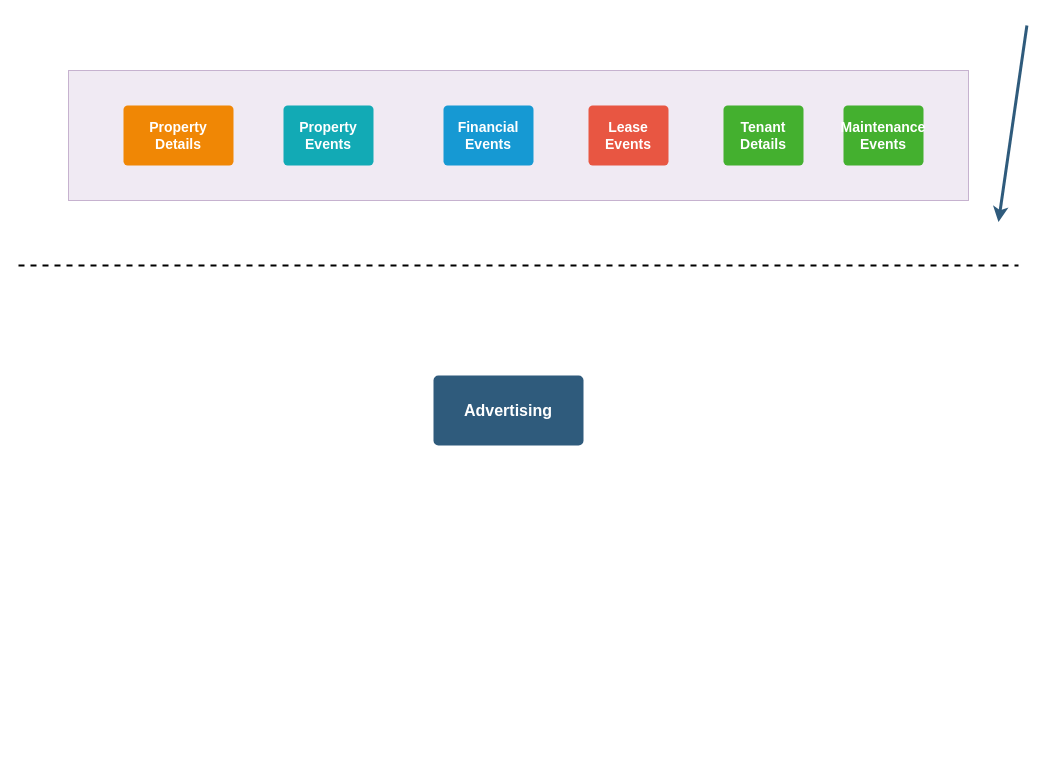
Above: PFP-Sample/Untitled Diagram.drawio in harshaldharme/ProjectSpaces (draw.io), before the change. Source tidied: cells renumbered, new cells numbered last; positions are measured from the earlier drawing's top-left corner, leaving out a move shared by most shapes. Both pictures are drawn from the tidied source at 100%, with x=0, y=0 at pixel (18, 25).
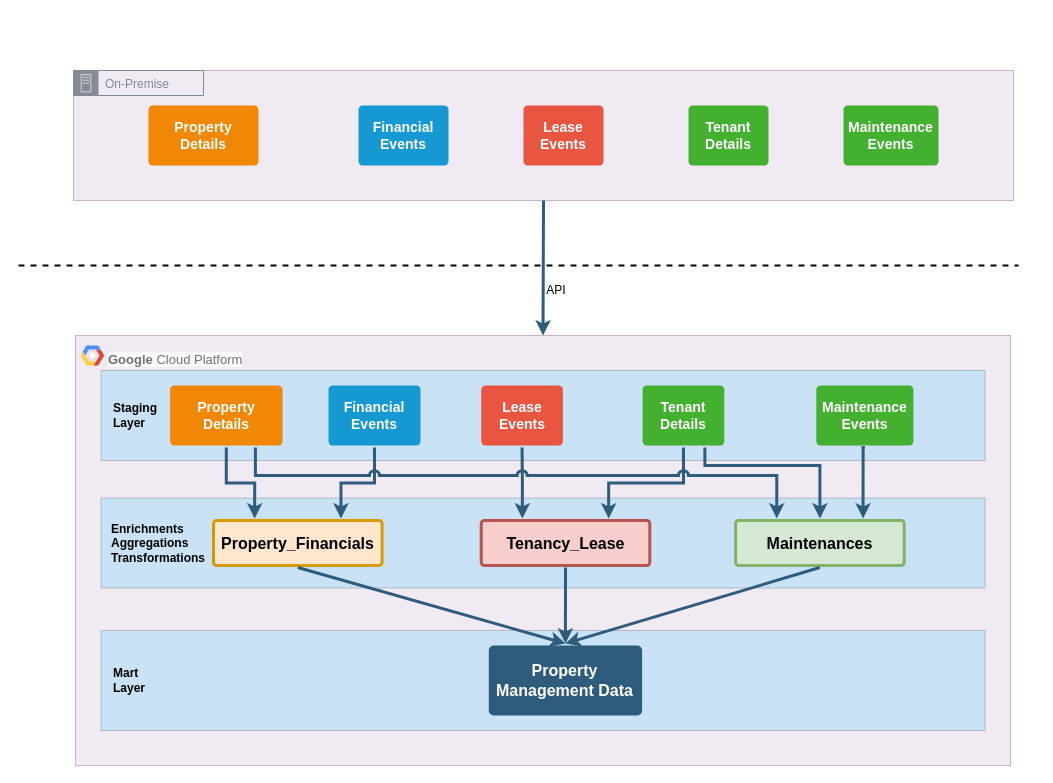
Above is the later version.

Diff of the diagram source:
```diff
@@
+    <mxCell id="12" style="group;" parent="1" vertex="1">
+      <mxGeometry x="57" y="310" width="935" height="430" as="geometry" />
+    </mxCell>
+    <mxCell id="13" style="rounded=0;whiteSpace=wrap;html=1;fillColor=#e1d5e7;strokeColor=#9673a6;opacity=50;" parent="12" vertex="1">
+      <mxGeometry width="935" height="430" as="geometry" />
+    </mxCell>
+    <mxCell id="14" style="rounded=0;whiteSpace=wrap;html=1;opacity=20;fillColor=#30C1FF;" parent="12" vertex="1">
+      <mxGeometry x="25.6" y="295" width="884" height="100" as="geometry" />
+    </mxCell>
+    <mxCell id="15" style="rounded=0;whiteSpace=wrap;html=1;opacity=20;fillColor=#30C1FF;" parent="12" vertex="1">
+      <mxGeometry x="25.6" y="35" width="884" height="90" as="geometry" />
+    </mxCell>
+    <mxCell id="16" style="rounded=0;whiteSpace=wrap;html=1;opacity=20;fillColor=#30C1FF;" parent="12" vertex="1">
+      <mxGeometry x="25.6" y="162.5" width="884" height="90" as="geometry" />
+    </mxCell>
+    <mxCell id="17" style="group;" parent="12" vertex="1">
+      <mxGeometry x="25.5" y="10" width="189" height="40" as="geometry" />
+    </mxCell>
+    <mxCell id="18" style="shape=mxgraph.gcp2.google_cloud_platform;fillColor=#F6F6F6;strokeColor=none;shadow=0;gradientColor=none;" parent="17" vertex="1">
+      <mxGeometry x="-20.4" width="23.5" height="20" as="geometry">
+        <mxPoint x="20" y="10" as="offset" />
+      </mxGeometry>
+    </mxCell>
+    <mxCell id="19" value="&lt;font style=&quot;font-size: 13px;&quot;&gt;&lt;b style=&quot;forced-color-adjust: none; color: rgb(113, 113, 113); font-family: Helvetica; font-style: normal; font-variant-ligatures: normal; font-variant-caps: normal; letter-spacing: normal; orphans: 2; text-align: left; text-indent: 0px; text-transform: none; widows: 2; word-spacing: 0px; -webkit-text-stroke-width: 0px; white-space: nowrap; background-color: rgb(251, 251, 251); text-decoration-thickness: initial; text-decoration-style: initial; text-decoration-color: initial;&quot;&gt;Google&amp;nbsp;&lt;/b&gt;&lt;span style=&quot;color: rgb(113, 113, 113); font-family: Helvetica; font-style: normal; font-variant-ligatures: normal; font-variant-caps: normal; font-weight: 400; letter-spacing: normal; orphans: 2; text-align: left; text-indent: 0px; text-transform: none; widows: 2; word-spacing: 0px; -webkit-text-stroke-width: 0px; white-space: nowrap; background-color: rgb(251, 251, 251); text-decoration-thickness: initial; text-decoration-style: initial; text-decoration-color: initial; float: none; display: inline !important;&quot;&gt;Cloud Platform&lt;/span&gt;&lt;/font&gt;" style="text;whiteSpace=wrap;html=1;" parent="17" vertex="1">
+      <mxGeometry x="5.1" width="183.9" height="40" as="geometry" />
+    </mxCell>
+    <mxCell id="20" value="Financial Events" style="rounded=1;whiteSpace=wrap;html=1;shadow=0;labelBackgroundColor=none;strokeColor=none;strokeWidth=3;fillColor=#1699d3;fontFamily=Helvetica;fontSize=14;fontColor=#FFFFFF;align=center;spacing=5;fontStyle=1;arcSize=7;perimeterSpacing=2;" parent="12" vertex="1">
+      <mxGeometry x="253" y="50" width="92" height="60" as="geometry" />
+    </mxCell>
+    <mxCell id="21" value="Lease Events" style="rounded=1;whiteSpace=wrap;html=1;shadow=0;labelBackgroundColor=none;strokeColor=none;strokeWidth=3;fillColor=#e85642;fontFamily=Helvetica;fontSize=14;fontColor=#FFFFFF;align=center;spacing=5;fontStyle=1;arcSize=7;perimeterSpacing=2;" parent="12" vertex="1">
+      <mxGeometry x="405.7" y="50" width="81.7" height="60" as="geometry" />
+    </mxCell>
+    <mxCell id="22" value="Property_Financials" style="rounded=1;whiteSpace=wrap;html=1;shadow=0;labelBackgroundColor=none;strokeColor=#d79b00;strokeWidth=3;fillColor=#ffe6cc;fontFamily=Helvetica;fontSize=16;align=center;fontStyle=1;spacing=5;arcSize=7;perimeterSpacing=2;" parent="12" vertex="1">
+      <mxGeometry x="138" y="185" width="168.6" height="45" as="geometry" />
+    </mxCell>
+    <mxCell id="23" style="edgeStyle=orthogonalEdgeStyle;rounded=0;jumpStyle=none;html=1;shadow=0;labelBackgroundColor=none;startArrow=classic;startFill=1;endArrow=none;endFill=0;jettySize=auto;strokeColor=#2F5B7C;strokeWidth=3;fontFamily=Helvetica;fontSize=16;fontColor=#23445D;spacing=5;entryX=0.5;entryY=1;entryDx=0;entryDy=0;exitX=0.75;exitY=0;exitDx=0;exitDy=0;" parent="12" edge="1" source="22" target="20">
+      <mxGeometry relative="1" as="geometry" />
+    </mxCell>
+    <mxCell id="24" value="Tenant Details" style="rounded=1;whiteSpace=wrap;html=1;shadow=0;labelBackgroundColor=none;strokeColor=none;strokeWidth=3;fillColor=#44B02F;fontFamily=Helvetica;fontSize=14;fontColor=#FFFFFF;align=center;spacing=5;fontStyle=1;arcSize=7;perimeterSpacing=2;" parent="12" vertex="1">
+      <mxGeometry x="567.1" y="50" width="81.7" height="60" as="geometry" />
+    </mxCell>
+    <mxCell id="25" value="Maintenance Events" style="rounded=1;whiteSpace=wrap;html=1;shadow=0;labelBackgroundColor=none;strokeColor=none;strokeWidth=3;fillColor=#44B02F;fontFamily=Helvetica;fontSize=14;fontColor=#FFFFFF;align=center;spacing=5;fontStyle=1;arcSize=7;perimeterSpacing=2;" parent="12" vertex="1">
+      <mxGeometry x="740.8" y="50" width="97.1" height="60" as="geometry" />
+    </mxCell>
+    <mxCell id="26" value="Property Details" style="rounded=1;whiteSpace=wrap;html=1;shadow=0;labelBackgroundColor=none;strokeColor=none;strokeWidth=3;fillColor=#F08705;fontFamily=Helvetica;fontSize=14;fontColor=#FFFFFF;align=center;spacing=5;fontStyle=1;arcSize=7;perimeterSpacing=2;" parent="12" vertex="1">
+      <mxGeometry x="94.6" y="50" width="112.4" height="60" as="geometry" />
+    </mxCell>
+    <mxCell id="27" style="edgeStyle=orthogonalEdgeStyle;rounded=0;jumpStyle=none;html=1;shadow=0;labelBackgroundColor=none;startArrow=classic;startFill=1;endArrow=none;endFill=0;jettySize=auto;strokeColor=#2F5B7C;strokeWidth=3;fontFamily=Helvetica;fontSize=16;fontColor=#23445D;spacing=5;exitX=0.25;exitY=0;exitDx=0;exitDy=0;entryX=0.5;entryY=1;entryDx=0;entryDy=0;" parent="12" edge="1" source="22" target="26">
+      <mxGeometry relative="1" as="geometry" />
+    </mxCell>
+    <mxCell id="4" value="Property Management Data" style="rounded=1;whiteSpace=wrap;html=1;shadow=0;labelBackgroundColor=none;strokeColor=none;strokeWidth=3;fillColor=#2F5B7C;fontFamily=Helvetica;fontSize=16;fontColor=#FFFFFF;align=center;fontStyle=1;spacing=5;arcSize=7;perimeterSpacing=2;" parent="12" vertex="1">
+      <mxGeometry x="413.3" y="310" width="153.3" height="70" as="geometry" />
+    </mxCell>
+    <mxCell id="28" value="Tenancy_Lease" style="rounded=1;whiteSpace=wrap;html=1;shadow=0;labelBackgroundColor=none;strokeColor=#b85450;strokeWidth=3;fillColor=#f8cecc;fontFamily=Helvetica;fontSize=16;align=center;fontStyle=1;spacing=5;arcSize=7;perimeterSpacing=2;" parent="12" vertex="1">
+      <mxGeometry x="405.7" y="185" width="168.6" height="45" as="geometry" />
+    </mxCell>
+    <mxCell id="29" style="edgeStyle=orthogonalEdgeStyle;rounded=0;jumpStyle=none;html=1;shadow=0;labelBackgroundColor=none;startArrow=classic;startFill=1;endArrow=none;endFill=0;jettySize=auto;strokeColor=#2F5B7C;strokeWidth=3;fontFamily=Helvetica;fontSize=16;fontColor=#23445D;spacing=5;exitX=0.25;exitY=0;exitDx=0;exitDy=0;entryX=0.5;entryY=1;entryDx=0;entryDy=0;" parent="12" edge="1" source="28" target="21">
+      <mxGeometry relative="1" as="geometry" />
+    </mxCell>
+    <mxCell id="30" style="edgeStyle=orthogonalEdgeStyle;rounded=0;jumpStyle=none;html=1;shadow=0;labelBackgroundColor=none;startArrow=classic;startFill=1;endArrow=none;endFill=0;jettySize=auto;strokeColor=#2F5B7C;strokeWidth=3;fontFamily=Helvetica;fontSize=16;fontColor=#23445D;spacing=5;entryX=0.5;entryY=1;entryDx=0;entryDy=0;exitX=0.75;exitY=0;exitDx=0;exitDy=0;" parent="12" edge="1" source="28" target="24">
+      <mxGeometry relative="1" as="geometry" />
+    </mxCell>
+    <mxCell id="31" value="Maintenances" style="rounded=1;whiteSpace=wrap;html=1;shadow=0;labelBackgroundColor=none;strokeColor=#82b366;strokeWidth=3;fillColor=#d5e8d4;fontFamily=Helvetica;fontSize=16;align=center;fontStyle=1;spacing=5;arcSize=7;perimeterSpacing=2;" parent="12" vertex="1">
+      <mxGeometry x="660.1" y="185" width="168.6" height="45" as="geometry" />
+    </mxCell>
+    <mxCell id="32" style="edgeStyle=orthogonalEdgeStyle;rounded=0;jumpStyle=none;html=1;shadow=0;labelBackgroundColor=none;startArrow=classic;startFill=1;endArrow=none;endFill=0;jettySize=auto;strokeColor=#2F5B7C;strokeWidth=3;fontFamily=Helvetica;fontSize=16;fontColor=#23445D;spacing=5;entryX=0.75;entryY=1;entryDx=0;entryDy=0;exitX=0.5;exitY=0;exitDx=0;exitDy=0;" parent="12" edge="1" source="31" target="24">
+      <mxGeometry relative="1" as="geometry">
+        <Array as="points">
+          <mxPoint x="743.9" y="130" />
+          <mxPoint x="629.5" y="130" />
+        </Array>
+      </mxGeometry>
+    </mxCell>
+    <mxCell id="33" style="edgeStyle=orthogonalEdgeStyle;rounded=0;jumpStyle=none;html=1;shadow=0;labelBackgroundColor=none;startArrow=classic;startFill=1;endArrow=none;endFill=0;jettySize=auto;strokeColor=#2F5B7C;strokeWidth=3;fontFamily=Helvetica;fontSize=16;fontColor=#23445D;spacing=5;entryX=0.5;entryY=1;entryDx=0;entryDy=0;exitX=0.75;exitY=0;exitDx=0;exitDy=0;" parent="12" edge="1" source="31" target="25">
+      <mxGeometry relative="1" as="geometry">
+        <Array as="points">
+          <mxPoint x="786.8" y="112" />
+        </Array>
+      </mxGeometry>
+    </mxCell>
+    <mxCell id="34" style="edgeStyle=orthogonalEdgeStyle;rounded=0;jumpStyle=arc;html=1;shadow=0;labelBackgroundColor=none;startArrow=classic;startFill=1;endArrow=none;endFill=0;jettySize=auto;strokeColor=#2F5B7C;strokeWidth=3;fontFamily=Helvetica;fontSize=16;fontColor=#23445D;spacing=5;exitX=0.25;exitY=0;exitDx=0;exitDy=0;entryX=0.75;entryY=1;entryDx=0;entryDy=0;" parent="12" edge="1" source="31" target="26">
+      <mxGeometry relative="1" as="geometry">
+        <Array as="points">
+          <mxPoint x="701" y="140" />
+          <mxPoint x="180" y="140" />
+        </Array>
+      </mxGeometry>
+    </mxCell>
+    <mxCell id="35" style="rounded=0;jumpStyle=none;html=1;shadow=0;labelBackgroundColor=none;startArrow=classic;startFill=1;endArrow=none;endFill=0;jettySize=auto;strokeColor=#2F5B7C;strokeWidth=3;fontFamily=Helvetica;fontSize=16;fontColor=#23445D;spacing=5;exitX=0.5;exitY=0;exitDx=0;exitDy=0;entryX=0.5;entryY=1;entryDx=0;entryDy=0;" parent="12" edge="1" source="4" target="22">
+      <mxGeometry relative="1" as="geometry" />
+    </mxCell>
+    <mxCell id="36" style="rounded=0;jumpStyle=none;html=1;shadow=0;labelBackgroundColor=none;startArrow=classic;startFill=1;endArrow=none;endFill=0;jettySize=auto;strokeColor=#2F5B7C;strokeWidth=3;fontFamily=Helvetica;fontSize=16;fontColor=#23445D;spacing=5;exitX=0.5;exitY=0;exitDx=0;exitDy=0;entryX=0.5;entryY=1;entryDx=0;entryDy=0;" parent="12" edge="1" source="4" target="28">
+      <mxGeometry relative="1" as="geometry" />
+    </mxCell>
+    <mxCell id="37" style="rounded=0;jumpStyle=none;html=1;shadow=0;labelBackgroundColor=none;startArrow=classic;startFill=1;endArrow=none;endFill=0;jettySize=auto;strokeColor=#2F5B7C;strokeWidth=3;fontFamily=Helvetica;fontSize=16;fontColor=#23445D;spacing=5;exitX=0.5;exitY=0;exitDx=0;exitDy=0;entryX=0.5;entryY=1;entryDx=0;entryDy=0;" parent="12" edge="1" source="4" target="31">
+      <mxGeometry relative="1" as="geometry" />
+    </mxCell>
+    <mxCell id="38" value="&lt;b&gt;Enrichments&lt;br&gt;Aggregations&lt;br&gt;Transformations&lt;/b&gt;" style="text;html=1;align=left;verticalAlign=middle;whiteSpace=wrap;rounded=0;" parent="12" vertex="1">
+      <mxGeometry x="34" y="192.5" width="60" height="30" as="geometry" />
+    </mxCell>
+    <mxCell id="39" value="&lt;b&gt;Staging Layer&lt;/b&gt;" style="text;html=1;align=left;verticalAlign=middle;whiteSpace=wrap;rounded=0;" parent="12" vertex="1">
+      <mxGeometry x="36" y="65" width="60" height="30" as="geometry" />
+    </mxCell>
+    <mxCell id="40" value="&lt;b&gt;Mart Layer&lt;/b&gt;" style="text;html=1;align=left;verticalAlign=middle;whiteSpace=wrap;rounded=0;" parent="12" vertex="1">
+      <mxGeometry x="36" y="330" width="60" height="30" as="geometry" />
+    </mxCell>
+    <mxCell id="41" style="group;" parent="1" vertex="1">
+      <mxGeometry x="55" y="45" width="940" height="130" as="geometry" />
+    </mxCell>
-    <mxCell id="2" style="rounded=0;whiteSpace=wrap;html=1;fillColor=#e1d5e7;strokeColor=#9673a6;opacity=50;" parent="1" vertex="1">
-      <mxGeometry x="50" y="45" width="900" height="130" as="geometry" />
+    <mxCell id="2" style="rounded=0;whiteSpace=wrap;html=1;fillColor=#e1d5e7;strokeColor=#9673a6;opacity=50;" parent="41" vertex="1">
+      <mxGeometry width="940" height="130" as="geometry" />
     </mxCell>
+    <mxCell id="42" value="On-Premise" style="sketch=0;gradientColor=none;html=1;whiteSpace=wrap;fontSize=12;fontStyle=0;shape=mxgraph.aws4.group;grIcon=mxgraph.aws4.group_on_premise;strokeColor=#858B94;fillColor=none;verticalAlign=top;align=left;spacingLeft=30;fontColor=#858B94;dashed=0;" parent="41" vertex="1">
+      <mxGeometry width="130" height="25" as="geometry" />
+    </mxCell>
+    <mxCell id="7" value="Property Details" style="rounded=1;whiteSpace=wrap;html=1;shadow=0;labelBackgroundColor=none;strokeColor=none;strokeWidth=3;fillColor=#F08705;fontFamily=Helvetica;fontSize=14;fontColor=#FFFFFF;align=center;spacing=5;fontStyle=1;arcSize=7;perimeterSpacing=2;" parent="41" vertex="1">
+      <mxGeometry x="75" y="35" width="110" height="60" as="geometry" />
+    </mxCell>
+    <mxCell id="6" value="Financial Events" style="rounded=1;whiteSpace=wrap;html=1;shadow=0;labelBackgroundColor=none;strokeColor=none;strokeWidth=3;fillColor=#1699d3;fontFamily=Helvetica;fontSize=14;fontColor=#FFFFFF;align=center;spacing=5;fontStyle=1;arcSize=7;perimeterSpacing=2;" parent="41" vertex="1">
+      <mxGeometry x="285" y="35" width="90" height="60" as="geometry" />
+    </mxCell>
+    <mxCell id="9" value="Lease Events" style="rounded=1;whiteSpace=wrap;html=1;shadow=0;labelBackgroundColor=none;strokeColor=none;strokeWidth=3;fillColor=#e85642;fontFamily=Helvetica;fontSize=14;fontColor=#FFFFFF;align=center;spacing=5;fontStyle=1;arcSize=7;perimeterSpacing=2;" parent="41" vertex="1">
+      <mxGeometry x="450" y="35" width="80" height="60" as="geometry" />
+    </mxCell>
+    <mxCell id="5" value="Tenant Details" style="rounded=1;whiteSpace=wrap;html=1;shadow=0;labelBackgroundColor=none;strokeColor=none;strokeWidth=3;fillColor=#44B02F;fontFamily=Helvetica;fontSize=14;fontColor=#FFFFFF;align=center;spacing=5;fontStyle=1;arcSize=7;perimeterSpacing=2;" parent="41" vertex="1">
+      <mxGeometry x="615" y="35" width="80" height="60" as="geometry" />
+    </mxCell>
-    <mxCell id="3" style="edgeStyle=none;rounded=0;jumpStyle=none;html=1;shadow=0;labelBackgroundColor=none;startArrow=classic;startFill=1;endArrow=none;endFill=0;jettySize=auto;orthogonalLoop=1;strokeColor=#2F5B7C;strokeWidth=3;fontFamily=Helvetica;fontSize=16;fontColor=#23445D;spacing=5;exitX=1;exitY=0;exitDx=0;exitDy=0;" parent="1" edge="1">
-      <mxGeometry relative="1" as="geometry">
-        <mxPoint x="980" y="196.5" as="sourcePoint" />
-        <mxPoint x="1008.4" as="targetPoint" />
-      </mxGeometry>
+    <mxCell id="3" style="edgeStyle=none;rounded=0;jumpStyle=none;html=1;shadow=0;labelBackgroundColor=none;startArrow=classic;startFill=1;endArrow=none;endFill=0;jettySize=auto;strokeColor=#2F5B7C;strokeWidth=3;fontFamily=Helvetica;fontSize=16;fontColor=#23445D;spacing=5;exitX=0.5;exitY=0;exitDx=0;exitDy=0;entryX=0.5;entryY=1;entryDx=0;entryDy=0;" parent="1" edge="1" source="13" target="2">
+      <mxGeometry relative="1" as="geometry" />
     </mxCell>
-    <mxCell id="4" value="Advertising" style="rounded=1;whiteSpace=wrap;html=1;shadow=0;labelBackgroundColor=none;strokeColor=none;strokeWidth=3;fillColor=#2F5B7C;fontFamily=Helvetica;fontSize=16;fontColor=#FFFFFF;align=center;fontStyle=1;spacing=5;arcSize=7;perimeterSpacing=2;" parent="1" vertex="1">
-      <mxGeometry x="415" y="350" width="150" height="70" as="geometry" />
-    </mxCell>
-    <mxCell id="5" value="Tenant Details" style="rounded=1;whiteSpace=wrap;html=1;shadow=0;labelBackgroundColor=none;strokeColor=none;strokeWidth=3;fillColor=#44B02F;fontFamily=Helvetica;fontSize=14;fontColor=#FFFFFF;align=center;spacing=5;fontStyle=1;arcSize=7;perimeterSpacing=2;" parent="1" vertex="1">
-      <mxGeometry x="705" y="80" width="80" height="60" as="geometry" />
-    </mxCell>
-    <mxCell id="6" value="Financial Events" style="rounded=1;whiteSpace=wrap;html=1;shadow=0;labelBackgroundColor=none;strokeColor=none;strokeWidth=3;fillColor=#1699d3;fontFamily=Helvetica;fontSize=14;fontColor=#FFFFFF;align=center;spacing=5;fontStyle=1;arcSize=7;perimeterSpacing=2;" parent="1" vertex="1">
-      <mxGeometry x="425" y="80" width="90" height="60" as="geometry" />
-    </mxCell>
-    <mxCell id="7" value="Property Details" style="rounded=1;whiteSpace=wrap;html=1;shadow=0;labelBackgroundColor=none;strokeColor=none;strokeWidth=3;fillColor=#F08705;fontFamily=Helvetica;fontSize=14;fontColor=#FFFFFF;align=center;spacing=5;fontStyle=1;arcSize=7;perimeterSpacing=2;" parent="1" vertex="1">
-      <mxGeometry x="105" y="80" width="110" height="60" as="geometry" />
-    </mxCell>
-    <mxCell id="8" value="Property Events" style="rounded=1;whiteSpace=wrap;html=1;shadow=0;labelBackgroundColor=none;strokeColor=none;strokeWidth=3;fillColor=#12aab5;fontFamily=Helvetica;fontSize=14;fontColor=#FFFFFF;align=center;spacing=5;fontStyle=1;arcSize=7;perimeterSpacing=2;" parent="1" vertex="1">
-      <mxGeometry x="265" y="80" width="90" height="60" as="geometry" />
-    </mxCell>
-    <mxCell id="9" value="Lease Events" style="rounded=1;whiteSpace=wrap;html=1;shadow=0;labelBackgroundColor=none;strokeColor=none;strokeWidth=3;fillColor=#e85642;fontFamily=Helvetica;fontSize=14;fontColor=#FFFFFF;align=center;spacing=5;fontStyle=1;arcSize=7;perimeterSpacing=2;" parent="1" vertex="1">
-      <mxGeometry x="570" y="80" width="80" height="60" as="geometry" />
-    </mxCell>
     <mxCell id="10" value="Maintenance Events" style="rounded=1;whiteSpace=wrap;html=1;shadow=0;labelBackgroundColor=none;strokeColor=none;strokeWidth=3;fillColor=#44B02F;fontFamily=Helvetica;fontSize=14;fontColor=#FFFFFF;align=center;spacing=5;fontStyle=1;arcSize=7;perimeterSpacing=2;" parent="1" vertex="1">
-      <mxGeometry x="825" y="80" width="80" height="60" as="geometry" />
+      <mxGeometry x="825" y="80" width="95" height="60" as="geometry" />
     </mxCell>
@@
+    <mxCell id="43" value="API" style="text;html=1;align=center;verticalAlign=middle;whiteSpace=wrap;rounded=0;" parent="1" vertex="1">
+      <mxGeometry x="508" y="250" width="60" height="30" as="geometry" />
+    </mxCell>
```
